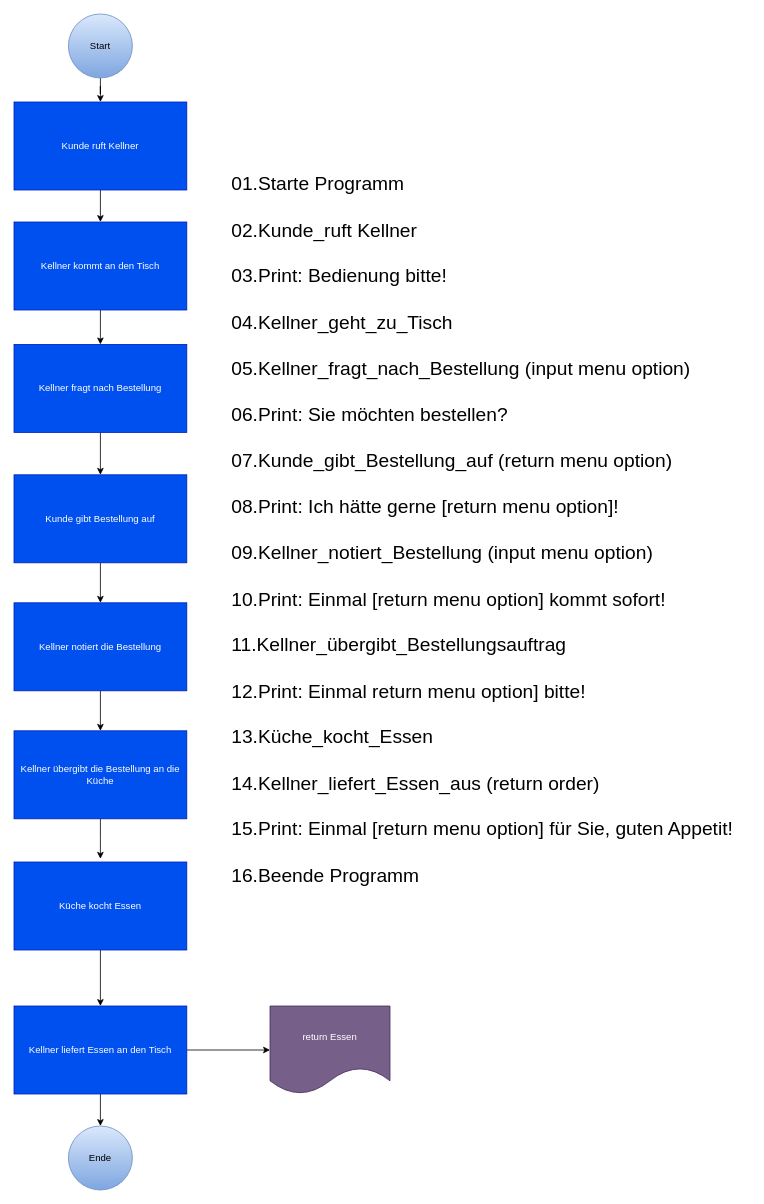
Before: callback.drawio in Bertzerker/Python-Course, a draw.io diagram. Source tidied: cells renumbered, new cells numbered last; positions are measured from the earlier drawing's top-left corner, leaving out a move shared by most shapes. Both pictures are drawn from the tidied source at 80%, with x=0, y=0 at pixel (14, 14).
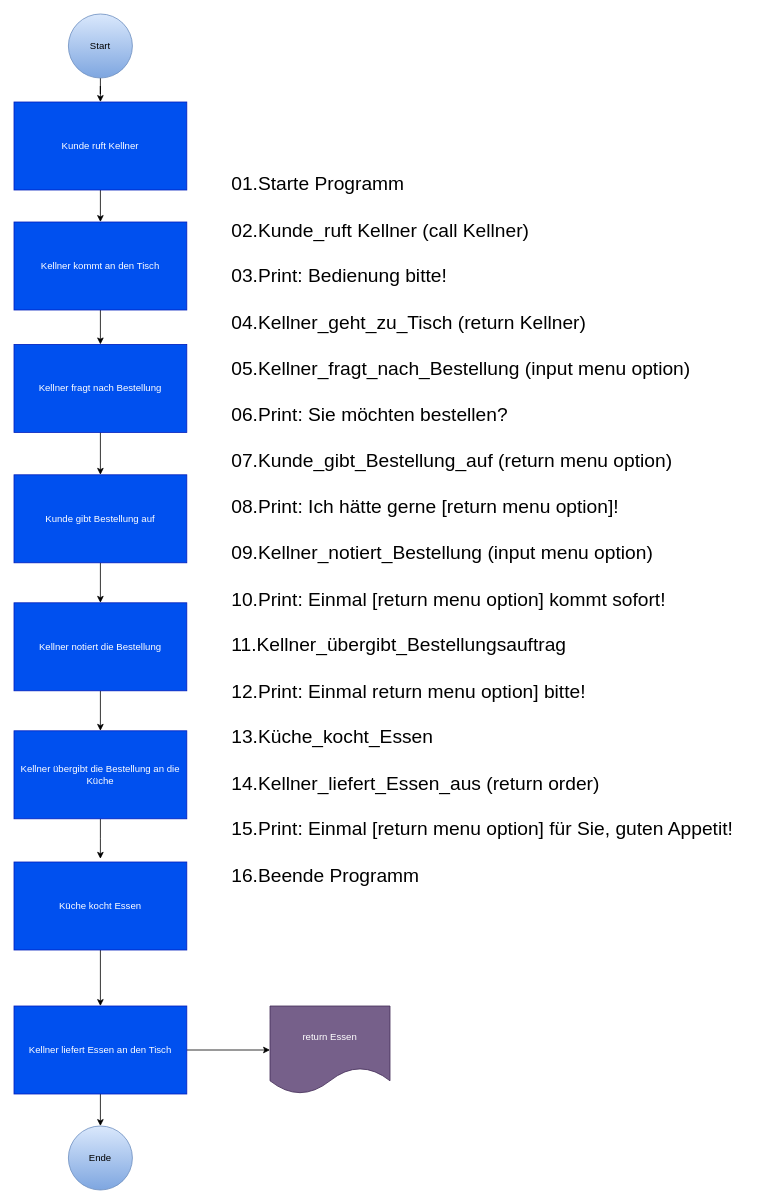
After the change.

The edit, as a diff of the source:
```diff
@@
-    <mxCell id="19" value="&lt;div&gt;&lt;font style=&quot;font-size: 24px;&quot;&gt;01.Starte Programm&lt;/font&gt;&lt;/div&gt;&lt;div&gt;&lt;font style=&quot;font-size: 24px;&quot;&gt;&lt;br&gt;&lt;/font&gt;&lt;/div&gt;&lt;font style=&quot;font-size: 24px;&quot;&gt;02.Kunde_ruft Kellner&lt;/font&gt;&lt;div&gt;&lt;span style=&quot;font-size: 24px;&quot;&gt;&lt;br&gt;&lt;/span&gt;&lt;/div&gt;&lt;div&gt;&lt;span style=&quot;font-size: 24px;&quot;&gt;03.Print: Bedienung bitte!&lt;br&gt;&lt;/span&gt;&lt;div style=&quot;&quot;&gt;&lt;font style=&quot;font-size: 24px;&quot;&gt;&lt;br&gt;&lt;/font&gt;&lt;/div&gt;&lt;div style=&quot;&quot;&gt;&lt;font style=&quot;font-size: 24px;&quot;&gt;04.Kellner_geht_zu_Tisch&lt;/font&gt;&lt;/div&gt;&lt;div style=&quot;&quot;&gt;&lt;font style=&quot;font-size: 24px;&quot;&gt;&lt;br&gt;&lt;/font&gt;&lt;/div&gt;&lt;div style=&quot;&quot;&gt;&lt;font style=&quot;font-size: 24px;&quot;&gt;05.Kellner_fragt_nach_Bestellung (input menu option)&lt;/font&gt;&lt;/div&gt;&lt;div style=&quot;&quot;&gt;&lt;font style=&quot;font-size: 24px;&quot;&gt;&lt;br&gt;&lt;/font&gt;&lt;/div&gt;&lt;div style=&quot;&quot;&gt;&lt;font style=&quot;font-size: 24px;&quot;&gt;&lt;span style=&quot;background-color: transparent; color: light-dark(rgb(0, 0, 0), rgb(255, 255, 255));&quot;&gt;06.&lt;/span&gt;Print: Sie möchten bestellen?&lt;/font&gt;&lt;/div&gt;&lt;div style=&quot;&quot;&gt;&lt;font style=&quot;font-size: 24px;&quot;&gt;&lt;br&gt;&lt;/font&gt;&lt;/div&gt;&lt;div style=&quot;&quot;&gt;&lt;font style=&quot;font-size: 24px;&quot;&gt;&lt;span style=&quot;background-color: transparent; color: light-dark(rgb(0, 0, 0), rgb(255, 255, 255));&quot;&gt;07.&lt;/span&gt;Kunde_gibt_Bestellung_auf (return menu option)&lt;/font&gt;&lt;/div&gt;&lt;div style=&quot;&quot;&gt;&lt;font style=&quot;font-size: 24px;&quot;&gt;&lt;br&gt;&lt;/font&gt;&lt;/div&gt;&lt;div style=&quot;&quot;&gt;&lt;font style=&quot;font-size: 24px;&quot;&gt;&lt;span style=&quot;background-color: transparent; color: light-dark(rgb(0, 0, 0), rgb(255, 255, 255));&quot;&gt;08.&lt;/span&gt;Print: Ich hätte gerne [return menu option]!&lt;/font&gt;&lt;/div&gt;&lt;div style=&quot;&quot;&gt;&lt;span style=&quot;background-color: transparent; color: light-dark(rgb(0, 0, 0), rgb(255, 255, 255)); font-size: 24px;&quot;&gt;&lt;br&gt;&lt;/span&gt;&lt;/div&gt;&lt;div style=&quot;&quot;&gt;&lt;span style=&quot;font-size: 24px; background-color: transparent; color: light-dark(rgb(0, 0, 0), rgb(255, 255, 255));&quot;&gt;09.&lt;/span&gt;&lt;span style=&quot;background-color: transparent; color: light-dark(rgb(0, 0, 0), rgb(255, 255, 255)); font-size: 24px;&quot;&gt;Kellner_notiert_Bestellung (input&amp;nbsp;&lt;/span&gt;&lt;span style=&quot;font-size: 24px;&quot;&gt;menu option&lt;/span&gt;&lt;span style=&quot;background-color: transparent; color: light-dark(rgb(0, 0, 0), rgb(255, 255, 255)); font-size: 24px;&quot;&gt;)&lt;/span&gt;&lt;/div&gt;&lt;div style=&quot;&quot;&gt;&lt;span style=&quot;background-color: transparent; color: light-dark(rgb(0, 0, 0), rgb(255, 255, 255)); font-size: 24px;&quot;&gt;&lt;br&gt;&lt;/span&gt;&lt;/div&gt;&lt;div style=&quot;&quot;&gt;&lt;span style=&quot;font-size: 24px; background-color: transparent; color: light-dark(rgb(0, 0, 0), rgb(255, 255, 255));&quot;&gt;10.&lt;/span&gt;&lt;span style=&quot;background-color: transparent; color: light-dark(rgb(0, 0, 0), rgb(255, 255, 255)); font-size: 24px;&quot;&gt;Print: Einmal [return menu option] kommt sofort!&lt;/span&gt;&lt;/div&gt;&lt;div style=&quot;&quot;&gt;&lt;font style=&quot;font-size: 24px;&quot;&gt;&lt;br&gt;&lt;/font&gt;&lt;/div&gt;&lt;div style=&quot;&quot;&gt;&lt;font style=&quot;font-size: 24px;&quot;&gt;&lt;span style=&quot;background-color: transparent; color: light-dark(rgb(0, 0, 0), rgb(255, 255, 255));&quot;&gt;11.&lt;/span&gt;Kellner_übergibt_Bestellungsauftrag&lt;/font&gt;&lt;/div&gt;&lt;/div&gt;&lt;div style=&quot;&quot;&gt;&lt;font style=&quot;font-size: 24px;&quot;&gt;&lt;br&gt;&lt;/font&gt;&lt;/div&gt;&lt;div style=&quot;&quot;&gt;&lt;font style=&quot;font-size: 24px;&quot;&gt;&lt;span style=&quot;background-color: transparent; color: light-dark(rgb(0, 0, 0), rgb(255, 255, 255));&quot;&gt;12.&lt;/span&gt;Print: Einmal&amp;nbsp;&lt;/font&gt;&lt;span style=&quot;font-size: 24px; background-color: transparent; color: light-dark(rgb(0, 0, 0), rgb(255, 255, 255));&quot;&gt;return menu option] bitte!&lt;/span&gt;&lt;/div&gt;&lt;div style=&quot;&quot;&gt;&lt;font style=&quot;font-size: 24px;&quot;&gt;&lt;br&gt;&lt;/font&gt;&lt;/div&gt;&lt;div style=&quot;&quot;&gt;&lt;font style=&quot;font-size: 24px;&quot;&gt;&lt;span style=&quot;background-color: transparent; color: light-dark(rgb(0, 0, 0), rgb(255, 255, 255));&quot;&gt;13.&lt;/span&gt;Küche_kocht_Essen&lt;/font&gt;&lt;/div&gt;&lt;div style=&quot;&quot;&gt;&lt;font style=&quot;font-size: 24px;&quot;&gt;&lt;br&gt;&lt;/font&gt;&lt;/div&gt;&lt;div style=&quot;&quot;&gt;&lt;font style=&quot;font-size: 24px;&quot;&gt;&lt;span style=&quot;background-color: transparent; color: light-dark(rgb(0, 0, 0), rgb(255, 255, 255));&quot;&gt;14.&lt;/span&gt;Kellner_liefert_Essen_aus (return order)&lt;/font&gt;&lt;/div&gt;&lt;div style=&quot;&quot;&gt;&lt;font style=&quot;font-size: 24px;&quot;&gt;&lt;br&gt;&lt;/font&gt;&lt;/div&gt;&lt;div style=&quot;&quot;&gt;&lt;font style=&quot;font-size: 24px;&quot;&gt;&lt;span style=&quot;background-color: transparent; color: light-dark(rgb(0, 0, 0), rgb(255, 255, 255));&quot;&gt;15.&lt;/span&gt;Print: Einmal&amp;nbsp;&lt;/font&gt;&lt;span style=&quot;font-size: 24px; background-color: transparent; color: light-dark(rgb(0, 0, 0), rgb(255, 255, 255));&quot;&gt;[return menu option] für Sie, guten Appetit!&lt;/span&gt;&lt;/div&gt;&lt;div style=&quot;&quot;&gt;&lt;font style=&quot;font-size: 24px;&quot;&gt;&lt;br&gt;&lt;/font&gt;&lt;/div&gt;&lt;div style=&quot;&quot;&gt;&lt;font style=&quot;font-size: 24px;&quot;&gt;&lt;span style=&quot;background-color: transparent; color: light-dark(rgb(0, 0, 0), rgb(255, 255, 255));&quot;&gt;16.&lt;/span&gt;Beende Programm&lt;/font&gt;&lt;/div&gt;" style="text;html=1;align=left;verticalAlign=middle;strokeColor=none;fillColor=none;" parent="1" vertex="1">
+    <mxCell id="19" value="&lt;div&gt;&lt;font style=&quot;font-size: 24px;&quot;&gt;01.Starte Programm&lt;/font&gt;&lt;/div&gt;&lt;div&gt;&lt;font style=&quot;font-size: 24px;&quot;&gt;&lt;br&gt;&lt;/font&gt;&lt;/div&gt;&lt;font style=&quot;font-size: 24px;&quot;&gt;02.Kunde_ruft Kellner (call Kellner)&lt;/font&gt;&lt;div&gt;&lt;span style=&quot;font-size: 24px;&quot;&gt;&lt;br&gt;&lt;/span&gt;&lt;/div&gt;&lt;div&gt;&lt;span style=&quot;font-size: 24px;&quot;&gt;03.Print: Bedienung bitte!&lt;br&gt;&lt;/span&gt;&lt;div style=&quot;&quot;&gt;&lt;font style=&quot;font-size: 24px;&quot;&gt;&lt;br&gt;&lt;/font&gt;&lt;/div&gt;&lt;div style=&quot;&quot;&gt;&lt;font style=&quot;font-size: 24px;&quot;&gt;04.Kellner_geht_zu_Tisch (return Kellner)&lt;/font&gt;&lt;/div&gt;&lt;div style=&quot;&quot;&gt;&lt;font style=&quot;font-size: 24px;&quot;&gt;&lt;br&gt;&lt;/font&gt;&lt;/div&gt;&lt;div style=&quot;&quot;&gt;&lt;font style=&quot;font-size: 24px;&quot;&gt;05.Kellner_fragt_nach_Bestellung (input menu option)&lt;/font&gt;&lt;/div&gt;&lt;div style=&quot;&quot;&gt;&lt;font style=&quot;font-size: 24px;&quot;&gt;&lt;br&gt;&lt;/font&gt;&lt;/div&gt;&lt;div style=&quot;&quot;&gt;&lt;font style=&quot;font-size: 24px;&quot;&gt;&lt;span style=&quot;background-color: transparent; color: light-dark(rgb(0, 0, 0), rgb(255, 255, 255));&quot;&gt;06.&lt;/span&gt;Print: Sie möchten bestellen?&lt;/font&gt;&lt;/div&gt;&lt;div style=&quot;&quot;&gt;&lt;font style=&quot;font-size: 24px;&quot;&gt;&lt;br&gt;&lt;/font&gt;&lt;/div&gt;&lt;div style=&quot;&quot;&gt;&lt;font style=&quot;font-size: 24px;&quot;&gt;&lt;span style=&quot;background-color: transparent; color: light-dark(rgb(0, 0, 0), rgb(255, 255, 255));&quot;&gt;07.&lt;/span&gt;Kunde_gibt_Bestellung_auf (return menu option)&lt;/font&gt;&lt;/div&gt;&lt;div style=&quot;&quot;&gt;&lt;font style=&quot;font-size: 24px;&quot;&gt;&lt;br&gt;&lt;/font&gt;&lt;/div&gt;&lt;div style=&quot;&quot;&gt;&lt;font style=&quot;font-size: 24px;&quot;&gt;&lt;span style=&quot;background-color: transparent; color: light-dark(rgb(0, 0, 0), rgb(255, 255, 255));&quot;&gt;08.&lt;/span&gt;Print: Ich hätte gerne [return menu option]!&lt;/font&gt;&lt;/div&gt;&lt;div style=&quot;&quot;&gt;&lt;span style=&quot;background-color: transparent; color: light-dark(rgb(0, 0, 0), rgb(255, 255, 255)); font-size: 24px;&quot;&gt;&lt;br&gt;&lt;/span&gt;&lt;/div&gt;&lt;div style=&quot;&quot;&gt;&lt;span style=&quot;font-size: 24px; background-color: transparent; color: light-dark(rgb(0, 0, 0), rgb(255, 255, 255));&quot;&gt;09.&lt;/span&gt;&lt;span style=&quot;background-color: transparent; color: light-dark(rgb(0, 0, 0), rgb(255, 255, 255)); font-size: 24px;&quot;&gt;Kellner_notiert_Bestellung (input&amp;nbsp;&lt;/span&gt;&lt;span style=&quot;font-size: 24px;&quot;&gt;menu option&lt;/span&gt;&lt;span style=&quot;background-color: transparent; color: light-dark(rgb(0, 0, 0), rgb(255, 255, 255)); font-size: 24px;&quot;&gt;)&lt;/span&gt;&lt;/div&gt;&lt;div style=&quot;&quot;&gt;&lt;span style=&quot;background-color: transparent; color: light-dark(rgb(0, 0, 0), rgb(255, 255, 255)); font-size: 24px;&quot;&gt;&lt;br&gt;&lt;/span&gt;&lt;/div&gt;&lt;div style=&quot;&quot;&gt;&lt;span style=&quot;font-size: 24px; background-color: transparent; color: light-dark(rgb(0, 0, 0), rgb(255, 255, 255));&quot;&gt;10.&lt;/span&gt;&lt;span style=&quot;background-color: transparent; color: light-dark(rgb(0, 0, 0), rgb(255, 255, 255)); font-size: 24px;&quot;&gt;Print: Einmal [return menu option] kommt sofort!&lt;/span&gt;&lt;/div&gt;&lt;div style=&quot;&quot;&gt;&lt;font style=&quot;font-size: 24px;&quot;&gt;&lt;br&gt;&lt;/font&gt;&lt;/div&gt;&lt;div style=&quot;&quot;&gt;&lt;font style=&quot;font-size: 24px;&quot;&gt;&lt;span style=&quot;background-color: transparent; color: light-dark(rgb(0, 0, 0), rgb(255, 255, 255));&quot;&gt;11.&lt;/span&gt;Kellner_übergibt_Bestellungsauftrag&lt;/font&gt;&lt;/div&gt;&lt;/div&gt;&lt;div style=&quot;&quot;&gt;&lt;font style=&quot;font-size: 24px;&quot;&gt;&lt;br&gt;&lt;/font&gt;&lt;/div&gt;&lt;div style=&quot;&quot;&gt;&lt;font style=&quot;font-size: 24px;&quot;&gt;&lt;span style=&quot;background-color: transparent; color: light-dark(rgb(0, 0, 0), rgb(255, 255, 255));&quot;&gt;12.&lt;/span&gt;Print: Einmal&amp;nbsp;&lt;/font&gt;&lt;span style=&quot;font-size: 24px; background-color: transparent; color: light-dark(rgb(0, 0, 0), rgb(255, 255, 255));&quot;&gt;return menu option] bitte!&lt;/span&gt;&lt;/div&gt;&lt;div style=&quot;&quot;&gt;&lt;font style=&quot;font-size: 24px;&quot;&gt;&lt;br&gt;&lt;/font&gt;&lt;/div&gt;&lt;div style=&quot;&quot;&gt;&lt;font style=&quot;font-size: 24px;&quot;&gt;&lt;span style=&quot;background-color: transparent; color: light-dark(rgb(0, 0, 0), rgb(255, 255, 255));&quot;&gt;13.&lt;/span&gt;Küche_kocht_Essen&lt;/font&gt;&lt;/div&gt;&lt;div style=&quot;&quot;&gt;&lt;font style=&quot;font-size: 24px;&quot;&gt;&lt;br&gt;&lt;/font&gt;&lt;/div&gt;&lt;div style=&quot;&quot;&gt;&lt;font style=&quot;font-size: 24px;&quot;&gt;&lt;span style=&quot;background-color: transparent; color: light-dark(rgb(0, 0, 0), rgb(255, 255, 255));&quot;&gt;14.&lt;/span&gt;Kellner_liefert_Essen_aus (return order)&lt;/font&gt;&lt;/div&gt;&lt;div style=&quot;&quot;&gt;&lt;font style=&quot;font-size: 24px;&quot;&gt;&lt;br&gt;&lt;/font&gt;&lt;/div&gt;&lt;div style=&quot;&quot;&gt;&lt;font style=&quot;font-size: 24px;&quot;&gt;&lt;span style=&quot;background-color: transparent; color: light-dark(rgb(0, 0, 0), rgb(255, 255, 255));&quot;&gt;15.&lt;/span&gt;Print: Einmal&amp;nbsp;&lt;/font&gt;&lt;span style=&quot;font-size: 24px; background-color: transparent; color: light-dark(rgb(0, 0, 0), rgb(255, 255, 255));&quot;&gt;[return menu option] für Sie, guten Appetit!&lt;/span&gt;&lt;/div&gt;&lt;div style=&quot;&quot;&gt;&lt;font style=&quot;font-size: 24px;&quot;&gt;&lt;br&gt;&lt;/font&gt;&lt;/div&gt;&lt;div style=&quot;&quot;&gt;&lt;font style=&quot;font-size: 24px;&quot;&gt;&lt;span style=&quot;background-color: transparent; color: light-dark(rgb(0, 0, 0), rgb(255, 255, 255));&quot;&gt;16.&lt;/span&gt;Beende Programm&lt;/font&gt;&lt;/div&gt;" style="text;html=1;align=left;verticalAlign=middle;strokeColor=none;fillColor=none;" parent="1" vertex="1">
       <mxGeometry x="270" y="190" width="650" height="910" as="geometry" />
     </mxCell>
```
